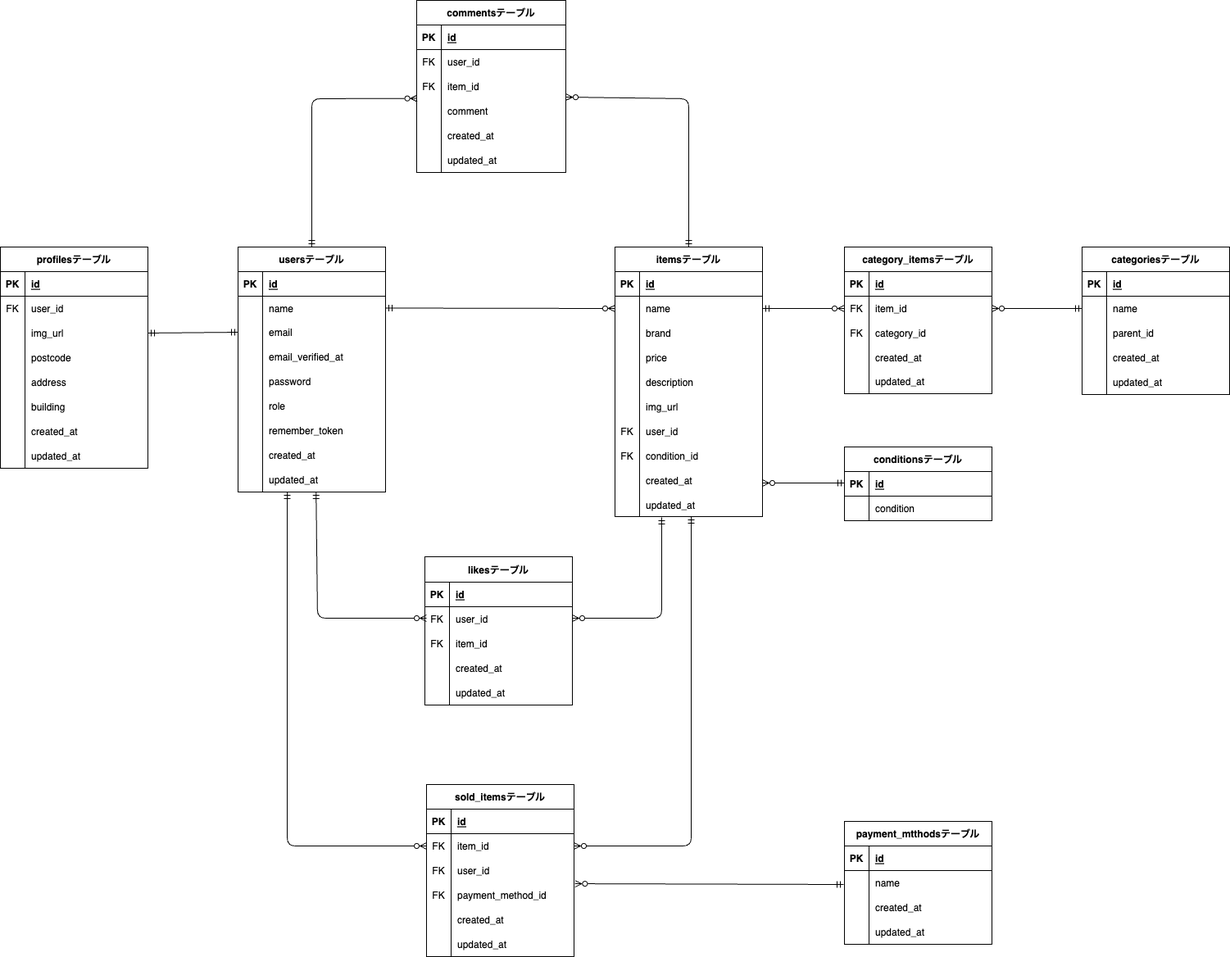
kngshi/coachtech-furima keeps this draw.io diagram as erd.drawio.png. Above is the earlier version. Source tidied: cells renumbered, new cells last; positions are measured from the earlier drawing's top-left corner, leaving out a move shared by most shapes.
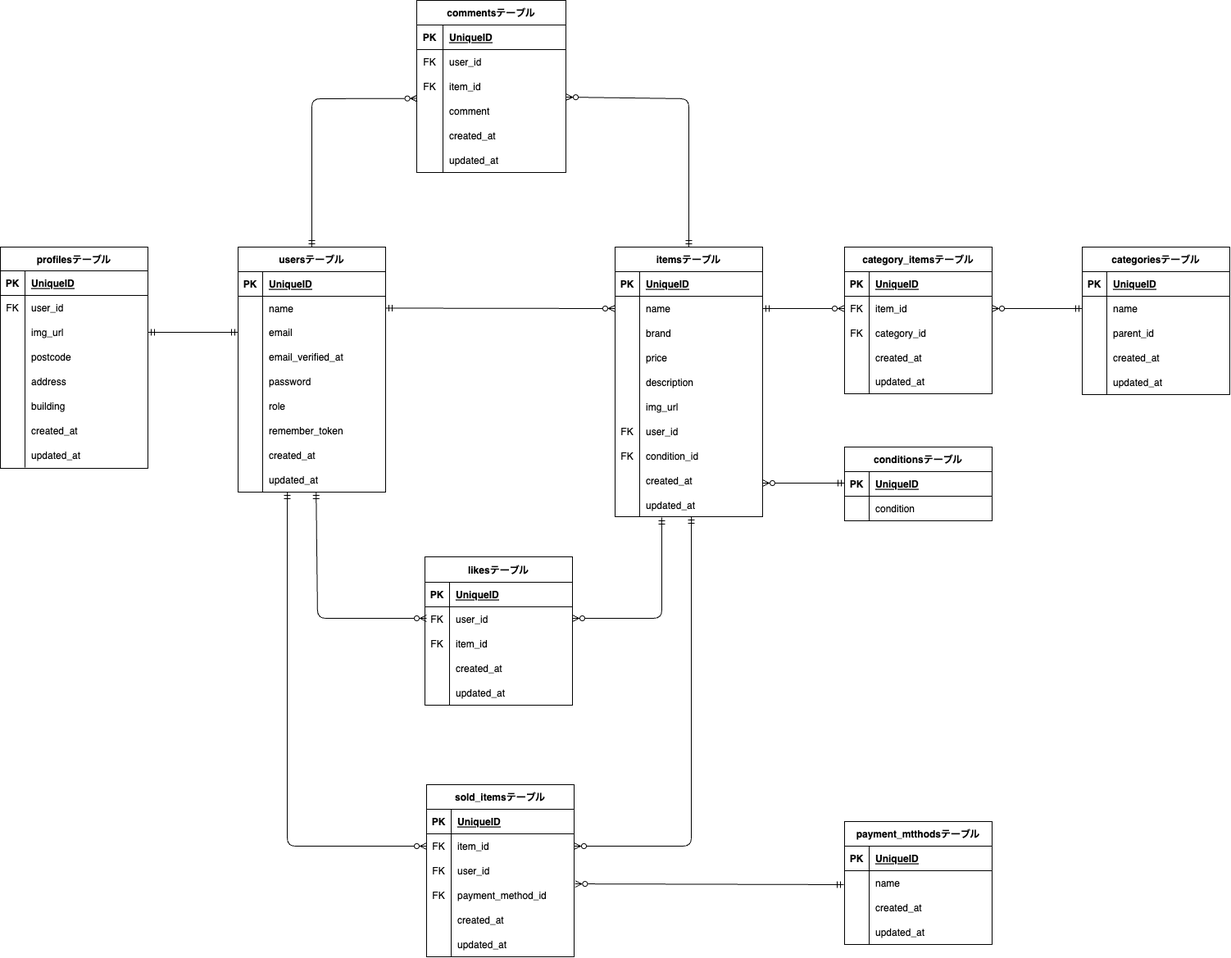
The same file after the commit.

The edit, as a diff of the source:
```diff
@@ -18,7 +18,7 @@
     <mxCell id="5" value="PK" style="shape=partialRectangle;fillColor=none;top=0;left=0;bottom=0;right=0;fontStyle=1;overflow=hidden;" parent="4" vertex="1">
       <mxGeometry width="30" height="30" as="geometry" />
     </mxCell>
-    <mxCell id="6" value="id" style="shape=partialRectangle;fillColor=none;top=0;left=0;bottom=0;right=0;align=left;spacingLeft=6;fontStyle=5;overflow=hidden;" parent="4" vertex="1">
+    <mxCell id="6" value="UniqueID" style="shape=partialRectangle;fillColor=none;top=0;left=0;bottom=0;right=0;align=left;spacingLeft=6;fontStyle=5;overflow=hidden;" parent="4" vertex="1">
       <mxGeometry x="30" width="150" height="30" as="geometry" />
     </mxCell>
     <mxCell id="7" style="shape=tableRow;horizontal=0;startSize=0;swimlaneHead=0;swimlaneBody=0;fillColor=none;points=[[0,0.5],[1,0.5]];portConstraint=eastwest;top=0;left=0;right=0;bottom=0;" parent="3" vertex="1">
@@ -93,20 +93,20 @@
     <mxCell id="30" value="updated_at" style="shape=partialRectangle;fillColor=none;top=0;left=0;bottom=0;right=0;align=left;spacingLeft=6;overflow=hidden;" parent="28" vertex="1">
       <mxGeometry x="30" width="150" height="30" as="geometry" />
     </mxCell>
-    <mxCell id="31" value="profilesテーブル" style="shape=table;startSize=30;rowLines=0;fontStyle=1;align=center;" parent="1" vertex="1">
+    <mxCell id="31" value="profilesテーブル" style="shape=table;startSize=29;rowLines=0;fontStyle=1;align=center;" parent="1" vertex="1">
       <mxGeometry y="301" width="180" height="270" as="geometry" />
     </mxCell>
     <mxCell id="32" style="shape=tableRow;horizontal=0;startSize=0;swimlaneHead=0;swimlaneBody=0;fillColor=none;top=0;left=0;right=0;bottom=1;" parent="31" vertex="1">
-      <mxGeometry y="30" width="180" height="30" as="geometry" />
+      <mxGeometry y="29" width="180" height="30" as="geometry" />
     </mxCell>
     <mxCell id="33" value="PK" style="shape=partialRectangle;fillColor=none;top=0;left=0;bottom=0;right=0;fontStyle=1;overflow=hidden;" parent="32" vertex="1">
       <mxGeometry width="30" height="30" as="geometry" />
     </mxCell>
-    <mxCell id="34" value="id" style="shape=partialRectangle;fillColor=none;top=0;left=0;bottom=0;right=0;align=left;spacingLeft=6;fontStyle=5;overflow=hidden;" parent="32" vertex="1">
+    <mxCell id="34" value="UniqueID" style="shape=partialRectangle;fillColor=none;top=0;left=0;bottom=0;right=0;align=left;spacingLeft=6;fontStyle=5;overflow=hidden;" parent="32" vertex="1">
       <mxGeometry x="30" width="150" height="30" as="geometry" />
     </mxCell>
     <mxCell id="35" style="shape=tableRow;horizontal=0;startSize=0;swimlaneHead=0;swimlaneBody=0;fillColor=none;top=0;left=0;right=0;bottom=0;" parent="31" vertex="1">
-      <mxGeometry y="60" width="180" height="30" as="geometry" />
+      <mxGeometry y="59" width="180" height="30" as="geometry" />
     </mxCell>
     <mxCell id="36" value="FK" style="shape=partialRectangle;fillColor=none;top=0;left=0;bottom=0;right=0;overflow=hidden;" parent="35" vertex="1">
       <mxGeometry width="30" height="30" as="geometry" />
@@ -115,7 +115,7 @@
       <mxGeometry x="30" width="150" height="30" as="geometry" />
     </mxCell>
     <mxCell id="38" style="shape=tableRow;horizontal=0;startSize=0;swimlaneHead=0;swimlaneBody=0;fillColor=none;points=[[0,0.5],[1,0.5]];portConstraint=eastwest;top=0;left=0;right=0;bottom=0;" parent="31" vertex="1">
-      <mxGeometry y="90" width="180" height="30" as="geometry" />
+      <mxGeometry y="89" width="180" height="30" as="geometry" />
     </mxCell>
     <mxCell id="39" style="shape=partialRectangle;fillColor=none;top=0;left=0;bottom=0;right=0;overflow=hidden;" parent="38" vertex="1">
       <mxGeometry width="30" height="30" as="geometry" />
@@ -124,7 +124,7 @@
       <mxGeometry x="30" width="150" height="30" as="geometry" />
     </mxCell>
     <mxCell id="41" style="shape=tableRow;horizontal=0;startSize=0;swimlaneHead=0;swimlaneBody=0;fillColor=none;top=0;left=0;right=0;bottom=0;" parent="31" vertex="1">
-      <mxGeometry y="120" width="180" height="30" as="geometry" />
+      <mxGeometry y="119" width="180" height="30" as="geometry" />
     </mxCell>
     <mxCell id="42" style="shape=partialRectangle;fillColor=none;top=0;left=0;bottom=0;right=0;overflow=hidden;" parent="41" vertex="1">
       <mxGeometry width="30" height="30" as="geometry" />
@@ -133,7 +133,7 @@
       <mxGeometry x="30" width="150" height="30" as="geometry" />
     </mxCell>
     <mxCell id="44" style="shape=tableRow;horizontal=0;startSize=0;swimlaneHead=0;swimlaneBody=0;fillColor=none;top=0;left=0;right=0;bottom=0;" parent="31" vertex="1">
-      <mxGeometry y="150" width="180" height="30" as="geometry" />
+      <mxGeometry y="149" width="180" height="30" as="geometry" />
     </mxCell>
     <mxCell id="45" style="shape=partialRectangle;fillColor=none;top=0;left=0;bottom=0;right=0;overflow=hidden;" parent="44" vertex="1">
       <mxGeometry width="30" height="30" as="geometry" />
@@ -142,7 +142,7 @@
       <mxGeometry x="30" width="150" height="30" as="geometry" />
     </mxCell>
     <mxCell id="47" style="shape=tableRow;horizontal=0;startSize=0;swimlaneHead=0;swimlaneBody=0;fillColor=none;top=0;left=0;right=0;bottom=0;" parent="31" vertex="1">
-      <mxGeometry y="180" width="180" height="30" as="geometry" />
+      <mxGeometry y="179" width="180" height="30" as="geometry" />
     </mxCell>
     <mxCell id="48" style="shape=partialRectangle;fillColor=none;top=0;left=0;bottom=0;right=0;overflow=hidden;" parent="47" vertex="1">
       <mxGeometry width="30" height="30" as="geometry" />
@@ -151,7 +151,7 @@
       <mxGeometry x="30" width="150" height="30" as="geometry" />
     </mxCell>
     <mxCell id="50" style="shape=tableRow;horizontal=0;startSize=0;swimlaneHead=0;swimlaneBody=0;fillColor=none;top=0;left=0;right=0;bottom=0;" parent="31" vertex="1">
-      <mxGeometry y="210" width="180" height="30" as="geometry" />
+      <mxGeometry y="209" width="180" height="30" as="geometry" />
     </mxCell>
     <mxCell id="51" style="shape=partialRectangle;fillColor=none;top=0;left=0;bottom=0;right=0;overflow=hidden;" parent="50" vertex="1">
       <mxGeometry width="30" height="30" as="geometry" />
@@ -160,7 +160,7 @@
       <mxGeometry x="30" width="150" height="30" as="geometry" />
     </mxCell>
     <mxCell id="53" style="shape=tableRow;horizontal=0;startSize=0;swimlaneHead=0;swimlaneBody=0;fillColor=none;top=0;left=0;right=0;bottom=0;" parent="31" vertex="1">
-      <mxGeometry y="240" width="180" height="30" as="geometry" />
+      <mxGeometry y="239" width="180" height="30" as="geometry" />
     </mxCell>
     <mxCell id="54" style="shape=partialRectangle;fillColor=none;top=0;left=0;bottom=0;right=0;overflow=hidden;" parent="53" vertex="1">
       <mxGeometry width="30" height="30" as="geometry" />
@@ -175,55 +175,55 @@
       <mxGeometry y="30" width="182" height="30" as="geometry" />
     </mxCell>
     <mxCell id="58" value="PK" style="shape=partialRectangle;fillColor=none;top=0;left=0;bottom=0;right=0;fontStyle=1;overflow=hidden;" parent="57" vertex="1">
-      <mxGeometry width="30" height="30" as="geometry" />
+      <mxGeometry width="32" height="30" as="geometry" />
     </mxCell>
-    <mxCell id="59" value="id" style="shape=partialRectangle;fillColor=none;top=0;left=0;bottom=0;right=0;align=left;spacingLeft=6;fontStyle=5;overflow=hidden;" parent="57" vertex="1">
-      <mxGeometry x="30" width="152" height="30" as="geometry" />
+    <mxCell id="59" value="UniqueID" style="shape=partialRectangle;fillColor=none;top=0;left=0;bottom=0;right=0;align=left;spacingLeft=6;fontStyle=5;overflow=hidden;" parent="57" vertex="1">
+      <mxGeometry x="32" width="150" height="30" as="geometry" />
     </mxCell>
     <mxCell id="60" style="shape=tableRow;horizontal=0;startSize=0;swimlaneHead=0;swimlaneBody=0;fillColor=none;top=0;left=0;right=0;bottom=0;" parent="56" vertex="1">
       <mxGeometry y="60" width="182" height="30" as="geometry" />
     </mxCell>
     <mxCell id="61" value="FK" style="shape=partialRectangle;fillColor=none;top=0;left=0;bottom=0;right=0;overflow=hidden;" parent="60" vertex="1">
-      <mxGeometry width="30" height="30" as="geometry" />
+      <mxGeometry width="32" height="30" as="geometry" />
     </mxCell>
     <mxCell id="62" value="user_id" style="shape=partialRectangle;fillColor=none;top=0;left=0;bottom=0;right=0;align=left;spacingLeft=6;overflow=hidden;" parent="60" vertex="1">
-      <mxGeometry x="30" width="152" height="30" as="geometry" />
+      <mxGeometry x="32" width="150" height="30" as="geometry" />
     </mxCell>
     <mxCell id="63" style="shape=tableRow;horizontal=0;startSize=0;swimlaneHead=0;swimlaneBody=0;fillColor=none;top=0;left=0;right=0;bottom=0;" parent="56" vertex="1">
       <mxGeometry y="90" width="182" height="30" as="geometry" />
     </mxCell>
     <mxCell id="64" value="FK" style="shape=partialRectangle;fillColor=none;top=0;left=0;bottom=0;right=0;overflow=hidden;" parent="63" vertex="1">
-      <mxGeometry width="30" height="30" as="geometry" />
+      <mxGeometry width="32" height="30" as="geometry" />
     </mxCell>
     <mxCell id="65" value="item_id" style="shape=partialRectangle;fillColor=none;top=0;left=0;bottom=0;right=0;align=left;spacingLeft=6;overflow=hidden;" parent="63" vertex="1">
-      <mxGeometry x="30" width="152" height="30" as="geometry" />
+      <mxGeometry x="32" width="150" height="30" as="geometry" />
     </mxCell>
     <mxCell id="66" style="shape=tableRow;horizontal=0;startSize=0;swimlaneHead=0;swimlaneBody=0;fillColor=none;points=[[0,0.5],[1,0.5]];portConstraint=eastwest;top=0;left=0;right=0;bottom=0;" parent="56" vertex="1">
       <mxGeometry y="120" width="182" height="30" as="geometry" />
     </mxCell>
     <mxCell id="67" style="shape=partialRectangle;fillColor=none;top=0;left=0;bottom=0;right=0;overflow=hidden;" parent="66" vertex="1">
-      <mxGeometry width="30" height="30" as="geometry" />
+      <mxGeometry width="32" height="30" as="geometry" />
     </mxCell>
     <mxCell id="68" value="comment" style="shape=partialRectangle;fillColor=none;top=0;left=0;bottom=0;right=0;align=left;spacingLeft=6;overflow=hidden;" parent="66" vertex="1">
-      <mxGeometry x="30" width="152" height="30" as="geometry" />
+      <mxGeometry x="32" width="150" height="30" as="geometry" />
     </mxCell>
     <mxCell id="69" style="shape=tableRow;horizontal=0;startSize=0;swimlaneHead=0;swimlaneBody=0;fillColor=none;top=0;left=0;right=0;bottom=0;" parent="56" vertex="1">
       <mxGeometry y="150" width="182" height="30" as="geometry" />
     </mxCell>
     <mxCell id="70" style="shape=partialRectangle;fillColor=none;top=0;left=0;bottom=0;right=0;overflow=hidden;" parent="69" vertex="1">
-      <mxGeometry width="30" height="30" as="geometry" />
+      <mxGeometry width="32" height="30" as="geometry" />
     </mxCell>
     <mxCell id="71" value="created_at" style="shape=partialRectangle;fillColor=none;top=0;left=0;bottom=0;right=0;align=left;spacingLeft=6;overflow=hidden;" parent="69" vertex="1">
-      <mxGeometry x="30" width="152" height="30" as="geometry" />
+      <mxGeometry x="32" width="150" height="30" as="geometry" />
     </mxCell>
     <mxCell id="72" style="shape=tableRow;horizontal=0;startSize=0;swimlaneHead=0;swimlaneBody=0;fillColor=none;top=0;left=0;right=0;bottom=0;" parent="56" vertex="1">
       <mxGeometry y="180" width="182" height="30" as="geometry" />
     </mxCell>
     <mxCell id="73" style="shape=partialRectangle;fillColor=none;top=0;left=0;bottom=0;right=0;overflow=hidden;" parent="72" vertex="1">
-      <mxGeometry width="30" height="30" as="geometry" />
+      <mxGeometry width="32" height="30" as="geometry" />
     </mxCell>
     <mxCell id="74" value="updated_at" style="shape=partialRectangle;fillColor=none;top=0;left=0;bottom=0;right=0;align=left;spacingLeft=6;overflow=hidden;" parent="72" vertex="1">
-      <mxGeometry x="30" width="152" height="30" as="geometry" />
+      <mxGeometry x="32" width="150" height="30" as="geometry" />
     </mxCell>
     <mxCell id="75" value="likesテーブル" style="shape=table;startSize=31;rowLines=0;fontStyle=1;align=center;fillColor=default;" parent="1" vertex="1">
       <mxGeometry x="518" y="679" width="180" height="181" as="geometry" />
@@ -234,7 +234,7 @@
     <mxCell id="77" value="PK" style="shape=partialRectangle;fillColor=none;top=0;left=0;bottom=0;right=0;fontStyle=1;overflow=hidden;" parent="76" vertex="1">
       <mxGeometry width="30" height="30" as="geometry" />
     </mxCell>
-    <mxCell id="78" value="id" style="shape=partialRectangle;fillColor=none;top=0;left=0;bottom=0;right=0;align=left;spacingLeft=6;fontStyle=5;overflow=hidden;" parent="76" vertex="1">
+    <mxCell id="78" value="UniqueID" style="shape=partialRectangle;fillColor=none;top=0;left=0;bottom=0;right=0;align=left;spacingLeft=6;fontStyle=5;overflow=hidden;" parent="76" vertex="1">
       <mxGeometry x="30" width="150" height="30" as="geometry" />
     </mxCell>
     <mxCell id="79" style="shape=tableRow;horizontal=0;startSize=0;swimlaneHead=0;swimlaneBody=0;fillColor=none;top=0;left=0;right=0;bottom=0;" parent="75" vertex="1">
@@ -282,7 +282,7 @@
     <mxCell id="93" value="PK" style="shape=partialRectangle;fillColor=none;top=0;left=0;bottom=0;right=0;fontStyle=1;overflow=hidden;" parent="92" vertex="1">
       <mxGeometry width="30" height="30" as="geometry" />
     </mxCell>
-    <mxCell id="94" value="id" style="shape=partialRectangle;fillColor=none;top=0;left=0;bottom=0;right=0;align=left;spacingLeft=6;fontStyle=5;overflow=hidden;" parent="92" vertex="1">
+    <mxCell id="94" value="UniqueID" style="shape=partialRectangle;fillColor=none;top=0;left=0;bottom=0;right=0;align=left;spacingLeft=6;fontStyle=5;overflow=hidden;" parent="92" vertex="1">
       <mxGeometry x="30" width="150" height="30" as="geometry" />
     </mxCell>
     <mxCell id="95" style="shape=tableRow;horizontal=0;startSize=0;swimlaneHead=0;swimlaneBody=0;fillColor=none;points=[[0,0.5],[1,0.5]];portConstraint=eastwest;top=0;left=0;right=0;bottom=0;" parent="91" vertex="1">
@@ -347,7 +347,7 @@
     <mxCell id="113" value="PK" style="shape=partialRectangle;fillColor=none;top=0;left=0;bottom=0;right=0;fontStyle=1;overflow=hidden;" parent="112" vertex="1">
       <mxGeometry width="30" height="30" as="geometry" />
     </mxCell>
-    <mxCell id="114" value="id" style="shape=partialRectangle;fillColor=none;top=0;left=0;bottom=0;right=0;align=left;spacingLeft=6;fontStyle=5;overflow=hidden;" parent="112" vertex="1">
+    <mxCell id="114" value="UniqueID" style="shape=partialRectangle;fillColor=none;top=0;left=0;bottom=0;right=0;align=left;spacingLeft=6;fontStyle=5;overflow=hidden;" parent="112" vertex="1">
       <mxGeometry x="30" width="150" height="30" as="geometry" />
     </mxCell>
     <mxCell id="115" style="shape=tableRow;horizontal=0;startSize=0;swimlaneHead=0;swimlaneBody=0;fillColor=none;points=[[0,0.5],[1,0.5]];portConstraint=eastwest;top=0;left=0;right=0;bottom=0;" parent="111" vertex="1">
@@ -440,7 +440,7 @@
     <mxCell id="144" value="PK" style="shape=partialRectangle;fillColor=none;top=0;left=0;bottom=0;right=0;fontStyle=1;overflow=hidden;" parent="143" vertex="1">
       <mxGeometry width="30" height="30" as="geometry" />
     </mxCell>
-    <mxCell id="145" value="id" style="shape=partialRectangle;fillColor=none;top=0;left=0;bottom=0;right=0;align=left;spacingLeft=6;fontStyle=5;overflow=hidden;" parent="143" vertex="1">
+    <mxCell id="145" value="UniqueID" style="shape=partialRectangle;fillColor=none;top=0;left=0;bottom=0;right=0;align=left;spacingLeft=6;fontStyle=5;overflow=hidden;" parent="143" vertex="1">
       <mxGeometry x="30" width="150" height="30" as="geometry" />
     </mxCell>
     <mxCell id="146" style="shape=tableRow;horizontal=0;startSize=0;swimlaneHead=0;swimlaneBody=0;fillColor=none;points=[[0,0.5],[1,0.5]];portConstraint=eastwest;top=0;left=0;right=0;bottom=0;" parent="142" vertex="1">
@@ -488,7 +488,7 @@
     <mxCell id="160" value="PK" style="shape=partialRectangle;fillColor=none;top=0;left=0;bottom=0;right=0;fontStyle=1;overflow=hidden;" parent="159" vertex="1">
       <mxGeometry width="30" height="30" as="geometry" />
     </mxCell>
-    <mxCell id="161" value="id" style="shape=partialRectangle;fillColor=none;top=0;left=0;bottom=0;right=0;align=left;spacingLeft=6;fontStyle=5;overflow=hidden;" parent="159" vertex="1">
+    <mxCell id="161" value="UniqueID" style="shape=partialRectangle;fillColor=none;top=0;left=0;bottom=0;right=0;align=left;spacingLeft=6;fontStyle=5;overflow=hidden;" parent="159" vertex="1">
       <mxGeometry x="30" width="150" height="30" as="geometry" />
     </mxCell>
     <mxCell id="162" style="shape=tableRow;horizontal=0;startSize=0;swimlaneHead=0;swimlaneBody=0;fillColor=none;top=0;left=0;right=0;bottom=0;" parent="158" vertex="1">
@@ -509,7 +509,7 @@
     <mxCell id="167" value="PK" style="shape=partialRectangle;fillColor=none;top=0;left=0;bottom=0;right=0;fontStyle=1;overflow=hidden;fontColor=none;" parent="166" vertex="1">
       <mxGeometry width="30" height="30" as="geometry" />
     </mxCell>
-    <mxCell id="168" value="id" style="shape=partialRectangle;fillColor=none;top=0;left=0;bottom=0;right=0;align=left;spacingLeft=6;fontStyle=5;overflow=hidden;fontColor=none;" parent="166" vertex="1">
+    <mxCell id="168" value="UniqueID" style="shape=partialRectangle;fillColor=none;top=0;left=0;bottom=0;right=0;align=left;spacingLeft=6;fontStyle=5;overflow=hidden;fontColor=none;" parent="166" vertex="1">
       <mxGeometry x="30" width="150" height="30" as="geometry" />
     </mxCell>
     <mxCell id="169" style="shape=tableRow;horizontal=0;startSize=0;swimlaneHead=0;swimlaneBody=0;fillColor=none;points=[[0,0.5],[1,0.5]];portConstraint=eastwest;top=0;left=0;right=0;bottom=0;fontColor=none;" parent="165" vertex="1">
@@ -557,7 +557,7 @@
     <mxCell id="183" value="PK" style="shape=partialRectangle;fillColor=none;top=0;left=0;bottom=0;right=0;fontStyle=1;overflow=hidden;fontColor=none;" parent="182" vertex="1">
       <mxGeometry width="30" height="30" as="geometry" />
     </mxCell>
-    <mxCell id="184" value="id" style="shape=partialRectangle;fillColor=none;top=0;left=0;bottom=0;right=0;align=left;spacingLeft=6;fontStyle=5;overflow=hidden;fontColor=none;" parent="182" vertex="1">
+    <mxCell id="184" value="UniqueID" style="shape=partialRectangle;fillColor=none;top=0;left=0;bottom=0;right=0;align=left;spacingLeft=6;fontStyle=5;overflow=hidden;fontColor=none;" parent="182" vertex="1">
       <mxGeometry x="30" width="150" height="30" as="geometry" />
     </mxCell>
     <mxCell id="185" style="shape=tableRow;horizontal=0;startSize=0;swimlaneHead=0;swimlaneBody=0;fillColor=none;top=0;left=0;right=0;bottom=0;fontColor=none;" parent="181" vertex="1">
```
